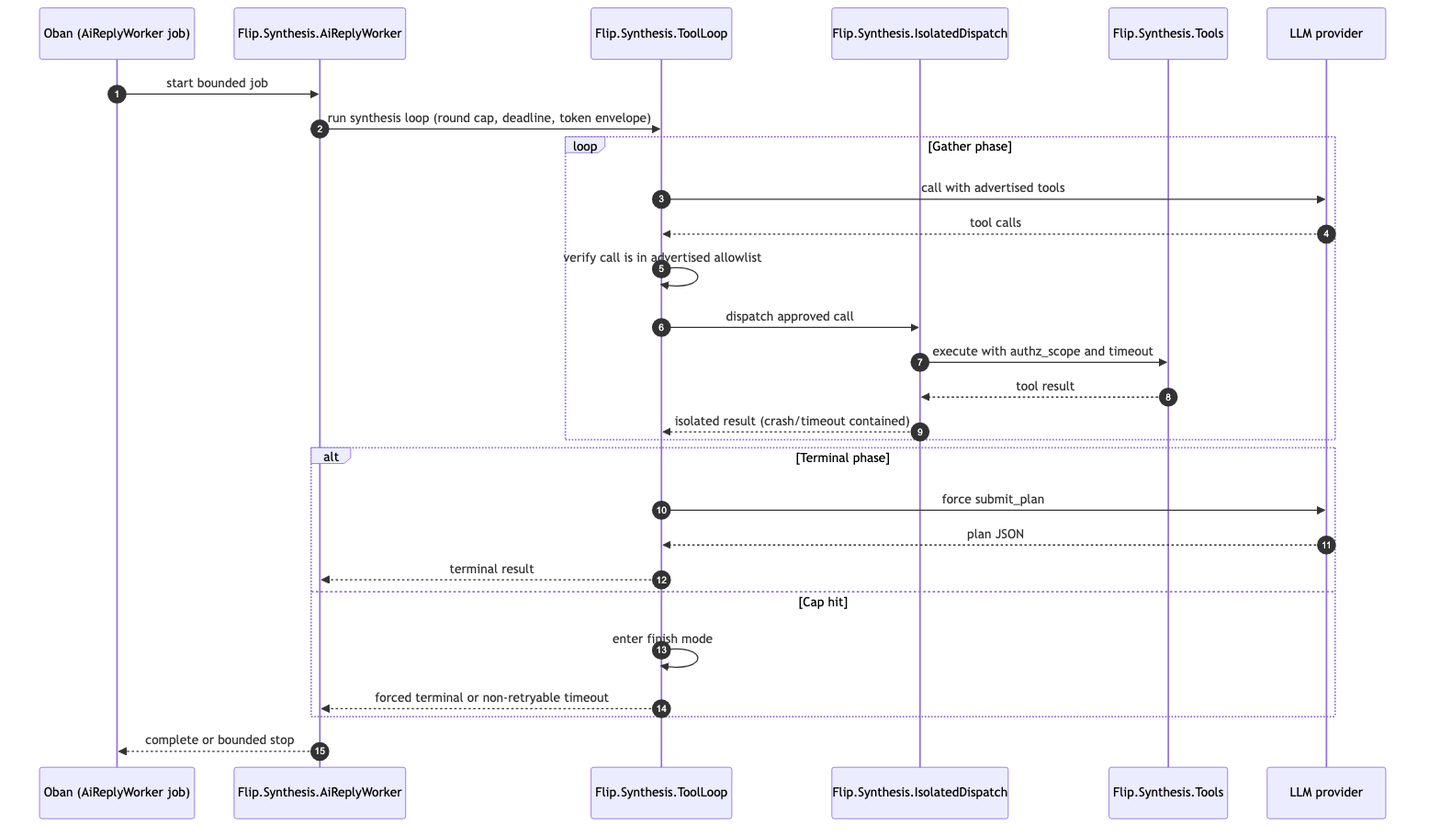
wahargis/portfolio keeps this Mermaid diagram as flip-technical-overview/diagrams/agent-execution-sequence.png. Above is the earlier version. Its source is kept beside it as flip-technical-overview/diagrams/agent-execution-sequence.mmd.
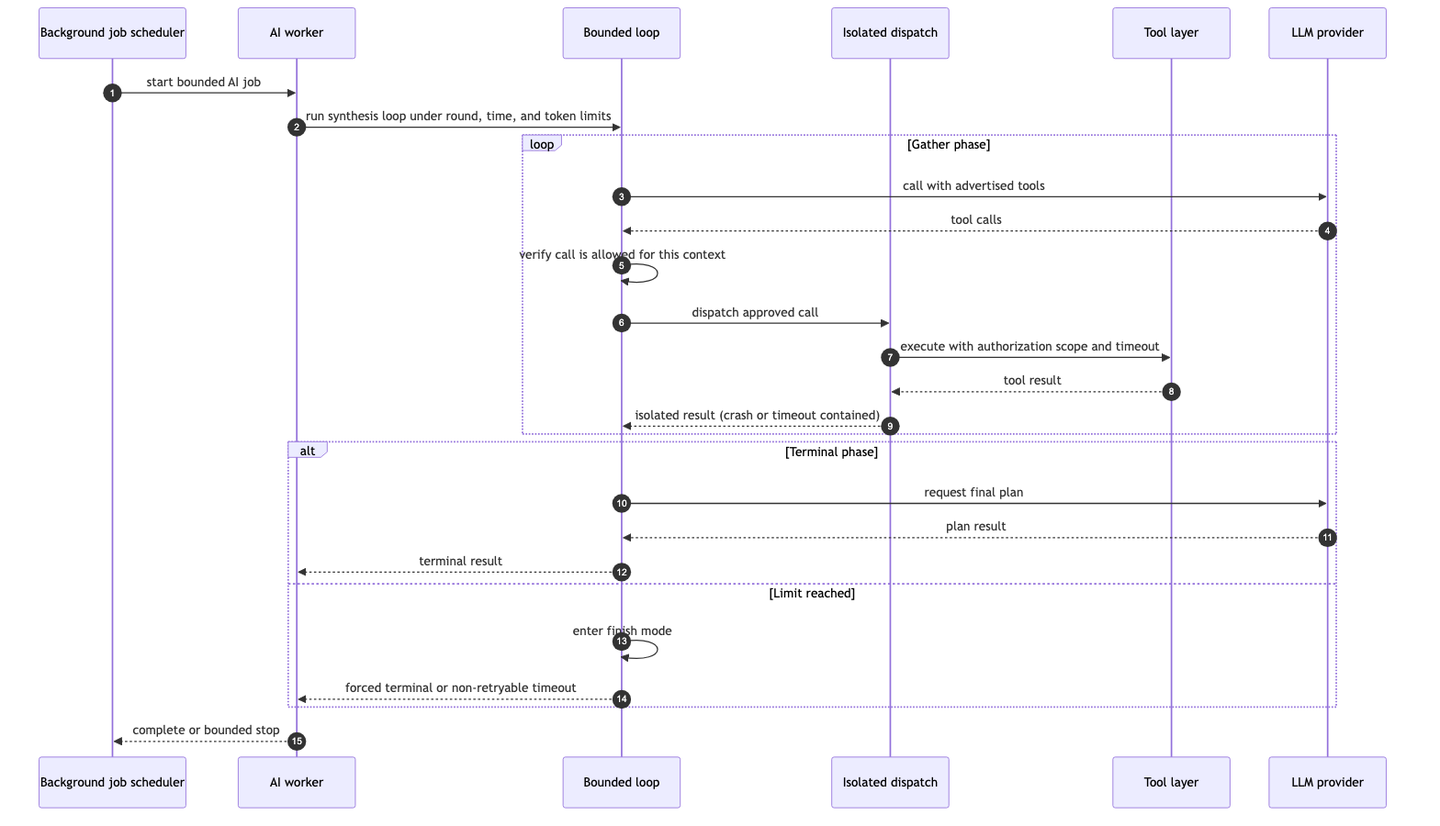
The same diagram one commit later.

Change to the diagram source:
```diff
@@ -1,29 +1,29 @@
 sequenceDiagram
     autonumber
-    participant O as Oban (AiReplyWorker job)
-    participant W as Flip.Synthesis.AiReplyWorker
-    participant L as Flip.Synthesis.ToolLoop
-    participant D as Flip.Synthesis.IsolatedDispatch
-    participant T as Flip.Synthesis.Tools
+    participant JOB as Background job scheduler
+    participant W as AI worker
+    participant L as Bounded loop
+    participant D as Isolated dispatch
+    participant T as Tool layer
     participant M as LLM provider
 
-    O->>W: start bounded job
-    W->>L: run synthesis loop (round cap, deadline, token envelope)
+    JOB->>W: start bounded AI job
+    W->>L: run synthesis loop under round, time, and token limits
     loop Gather phase
         L->>M: call with advertised tools
         M-->>L: tool calls
-        L->>L: verify call is in advertised allowlist
+        L->>L: verify call is allowed for this context
         L->>D: dispatch approved call
-        D->>T: execute with authz_scope and timeout
+        D->>T: execute with authorization scope and timeout
         T-->>D: tool result
-        D-->>L: isolated result (crash/timeout contained)
+        D-->>L: isolated result (crash or timeout contained)
     end
     alt Terminal phase
-        L->>M: force submit_plan
-        M-->>L: plan JSON
+        L->>M: request final plan
+        M-->>L: plan result
         L-->>W: terminal result
-    else Cap hit
+    else Limit reached
         L->>L: enter finish mode
         L-->>W: forced terminal or non-retryable timeout
     end
-    W-->>O: complete or bounded stop
+    W-->>JOB: complete or bounded stop
```
